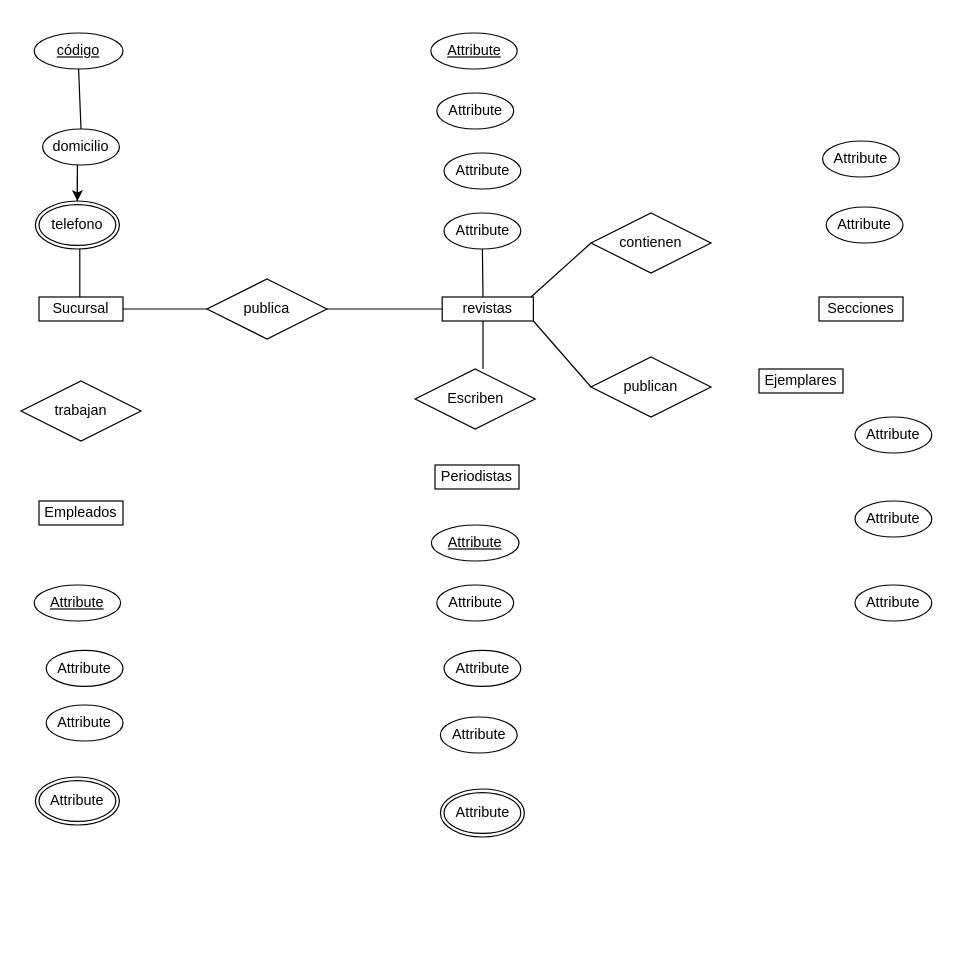
Before: practica1/diagrama_formulario_1.drawio in yomeritacode/cursodesarrolloweb, a draw.io diagram. Source tidied: cells renumbered, new cells numbered last; positions are measured from the earlier drawing's top-left corner, leaving out a move shared by most shapes. Both pictures are drawn from the tidied source at 120%, with x=0, y=0 at pixel (20, 32).
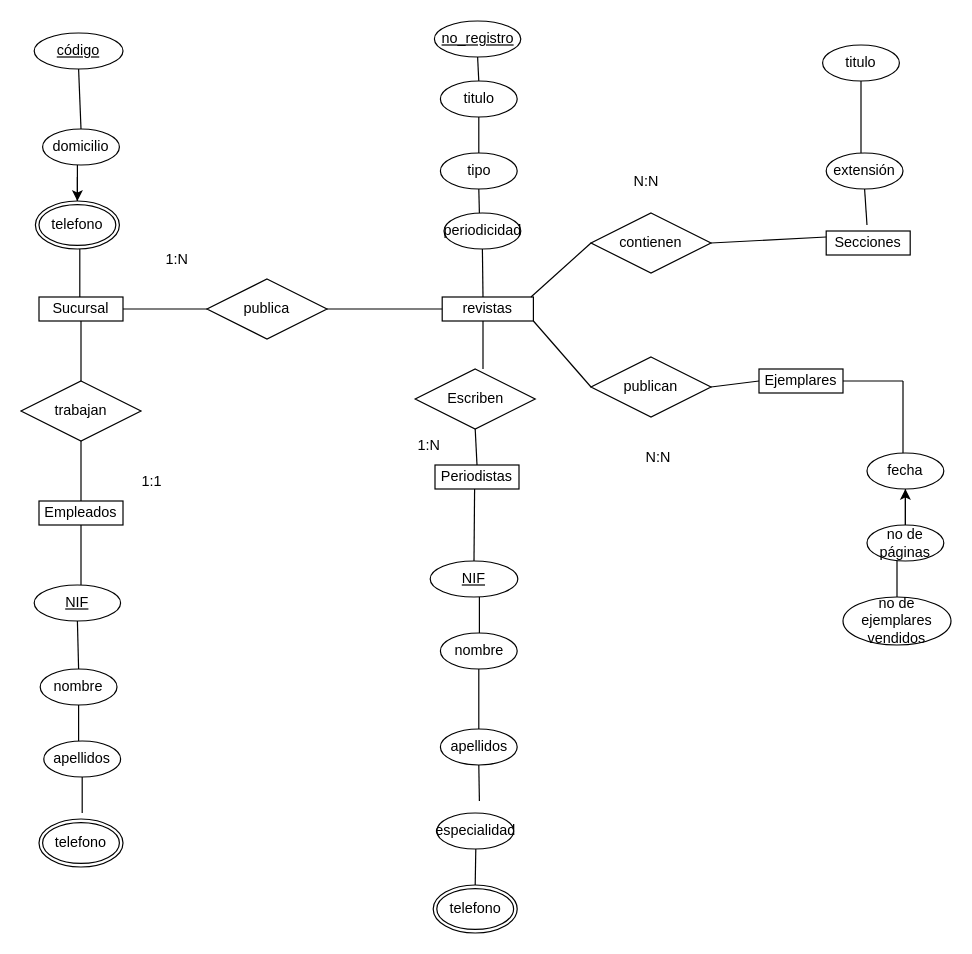
After the change.

The change refers to these unchanged cells:
```xml
<mxCell id="2" value="Sucursal" style="whiteSpace=wrap;html=1;align=center;" parent="1" vertex="1">
  <mxGeometry x="15" y="220" width="70" height="20" as="geometry" />
</mxCell>
<mxCell id="4" value="Ejemplares" style="whiteSpace=wrap;html=1;align=center;" parent="1" vertex="1">
  <mxGeometry x="615" y="280" width="70" height="20" as="geometry" />
</mxCell>
<mxCell id="6" value="Periodistas" style="whiteSpace=wrap;html=1;align=center;" parent="1" vertex="1">
  <mxGeometry x="345" y="360" width="70" height="20" as="geometry" />
</mxCell>
<mxCell id="7" value="Empleados" style="whiteSpace=wrap;html=1;align=center;" parent="1" vertex="1">
  <mxGeometry x="15" y="390" width="70" height="20" as="geometry" />
</mxCell>
<mxCell id="31" value="contienen" style="shape=rhombus;perimeter=rhombusPerimeter;whiteSpace=wrap;html=1;align=center;" parent="1" vertex="1">
  <mxGeometry x="475" y="150" width="100" height="50" as="geometry" />
</mxCell>
<mxCell id="32" value="publican" style="shape=rhombus;perimeter=rhombusPerimeter;whiteSpace=wrap;html=1;align=center;" parent="1" vertex="1">
  <mxGeometry x="475" y="270" width="100" height="50" as="geometry" />
</mxCell>
<mxCell id="33" value="Escriben" style="shape=rhombus;perimeter=rhombusPerimeter;whiteSpace=wrap;html=1;align=center;" parent="1" vertex="1">
  <mxGeometry x="328.5" y="280" width="100" height="50" as="geometry" />
</mxCell>
<mxCell id="34" value="trabajan" style="shape=rhombus;perimeter=rhombusPerimeter;whiteSpace=wrap;html=1;align=center;" parent="1" vertex="1">
  <mxGeometry y="290" width="100" height="50" as="geometry" />
</mxCell>
```

Diff of the diagram source:
```diff
@@
     <mxCell id="5" value="Secciones" style="whiteSpace=wrap;html=1;align=center;" parent="1" vertex="1">
-      <mxGeometry x="665" y="220" width="70" height="20" as="geometry" />
+      <mxGeometry x="671" y="165" width="70" height="20" as="geometry" />
     </mxCell>
@@
-    <mxCell id="8" value="Attribute" style="ellipse;whiteSpace=wrap;html=1;align=center;" parent="1" vertex="1">
-      <mxGeometry x="346.5" y="460" width="64" height="30" as="geometry" />
+    <mxCell id="8" value="nombre" style="ellipse;whiteSpace=wrap;html=1;align=center;" parent="1" vertex="1">
+      <mxGeometry x="349.5" y="500" width="64" height="30" as="geometry" />
     </mxCell>
-    <mxCell id="9" value="Attribute" style="ellipse;whiteSpace=wrap;html=1;align=center;" parent="1" vertex="1">
-      <mxGeometry x="352.5" y="514.5" width="64" height="30" as="geometry" />
+    <mxCell id="9" value="apellidos" style="ellipse;whiteSpace=wrap;html=1;align=center;" parent="1" vertex="1">
+      <mxGeometry x="349.5" y="580" width="64" height="30" as="geometry" />
     </mxCell>
-    <mxCell id="10" value="Attribute" style="ellipse;whiteSpace=wrap;html=1;align=center;" parent="1" vertex="1">
-      <mxGeometry x="349.5" y="570" width="64" height="30" as="geometry" />
+    <mxCell id="10" value="especialidad" style="ellipse;whiteSpace=wrap;html=1;align=center;" parent="1" vertex="1">
+      <mxGeometry x="346.5" y="650" width="64" height="30" as="geometry" />
     </mxCell>
+    <mxCell id="44" style="edgeStyle=orthogonalEdgeStyle;rounded=0;jettySize=auto;html=1;" parent="1" edge="1" source="11" target="13">
+      <mxGeometry relative="1" as="geometry" />
+    </mxCell>
-    <mxCell id="11" value="Attribute" style="ellipse;whiteSpace=wrap;html=1;align=center;" parent="1" vertex="1">
-      <mxGeometry x="695" y="460" width="64" height="30" as="geometry" />
+    <mxCell id="11" value="no de ejemplares vendidos" style="ellipse;whiteSpace=wrap;html=1;align=center;" parent="1" vertex="1">
+      <mxGeometry x="685" y="470" width="90" height="40" as="geometry" />
     </mxCell>
-    <mxCell id="12" value="Attribute" style="ellipse;whiteSpace=wrap;html=1;align=center;" parent="1" vertex="1">
-      <mxGeometry x="695" y="390" width="64" height="30" as="geometry" />
+    <mxCell id="12" value="no de páginas" style="ellipse;whiteSpace=wrap;html=1;align=center;" parent="1" vertex="1">
+      <mxGeometry x="705" y="410" width="64" height="30" as="geometry" />
     </mxCell>
-    <mxCell id="13" value="Attribute" style="ellipse;whiteSpace=wrap;html=1;align=center;" parent="1" vertex="1">
-      <mxGeometry x="695" y="320" width="64" height="30" as="geometry" />
+    <mxCell id="13" value="fecha" style="ellipse;whiteSpace=wrap;html=1;align=center;" parent="1" vertex="1">
+      <mxGeometry x="705" y="350" width="64" height="30" as="geometry" />
     </mxCell>
-    <mxCell id="14" value="Attribute" style="ellipse;whiteSpace=wrap;html=1;align=center;" parent="1" vertex="1">
-      <mxGeometry x="668" y="90" width="64" height="30" as="geometry" />
+    <mxCell id="14" value="titulo" style="ellipse;whiteSpace=wrap;html=1;align=center;" parent="1" vertex="1">
+      <mxGeometry x="668" y="10" width="64" height="30" as="geometry" />
     </mxCell>
-    <mxCell id="15" value="Attribute" style="ellipse;whiteSpace=wrap;html=1;align=center;" parent="1" vertex="1">
-      <mxGeometry x="671" y="145" width="64" height="30" as="geometry" />
+    <mxCell id="15" value="extensión" style="ellipse;whiteSpace=wrap;html=1;align=center;" parent="1" vertex="1">
+      <mxGeometry x="671" y="100" width="64" height="30" as="geometry" />
     </mxCell>
-    <mxCell id="16" value="Attribute" style="ellipse;whiteSpace=wrap;html=1;align=center;" parent="1" vertex="1">
-      <mxGeometry x="346.5" y="50" width="64" height="30" as="geometry" />
+    <mxCell id="16" value="titulo" style="ellipse;whiteSpace=wrap;html=1;align=center;" parent="1" vertex="1">
+      <mxGeometry x="349.5" y="40" width="64" height="30" as="geometry" />
     </mxCell>
-    <mxCell id="17" value="Attribute" style="ellipse;whiteSpace=wrap;html=1;align=center;" parent="1" vertex="1">
-      <mxGeometry x="352.5" y="100" width="64" height="30" as="geometry" />
+    <mxCell id="17" value="tipo" style="ellipse;whiteSpace=wrap;html=1;align=center;" parent="1" vertex="1">
+      <mxGeometry x="349.5" y="100" width="64" height="30" as="geometry" />
     </mxCell>
-    <mxCell id="18" value="Attribute" style="ellipse;whiteSpace=wrap;html=1;align=center;" parent="1" vertex="1">
+    <mxCell id="18" value="periodicidad" style="ellipse;whiteSpace=wrap;html=1;align=center;" parent="1" vertex="1">
       <mxGeometry x="352.5" y="150" width="64" height="30" as="geometry" />
     </mxCell>
@@
-    <mxCell id="20" value="Attribute" style="ellipse;whiteSpace=wrap;html=1;align=center;" parent="1" vertex="1">
-      <mxGeometry x="21" y="514.5" width="64" height="30" as="geometry" />
+    <mxCell id="20" value="nombre" style="ellipse;whiteSpace=wrap;html=1;align=center;" parent="1" vertex="1">
+      <mxGeometry x="16" y="530" width="64" height="30" as="geometry" />
     </mxCell>
-    <mxCell id="21" value="Attribute" style="ellipse;whiteSpace=wrap;html=1;align=center;" parent="1" vertex="1">
-      <mxGeometry x="21" y="560" width="64" height="30" as="geometry" />
+    <mxCell id="21" value="apellidos" style="ellipse;whiteSpace=wrap;html=1;align=center;" parent="1" vertex="1">
+      <mxGeometry x="19" y="590" width="64" height="30" as="geometry" />
     </mxCell>
-    <mxCell id="22" value="Attribute" style="ellipse;whiteSpace=wrap;html=1;align=center;fontStyle=4;" parent="1" vertex="1">
-      <mxGeometry x="342" y="410" width="73" height="30" as="geometry" />
+    <mxCell id="22" value="NIF" style="ellipse;whiteSpace=wrap;html=1;align=center;fontStyle=4;" parent="1" vertex="1">
+      <mxGeometry x="341" y="440" width="73" height="30" as="geometry" />
     </mxCell>
@@
-    <mxCell id="24" value="Attribute" style="ellipse;whiteSpace=wrap;html=1;align=center;fontStyle=4;" parent="1" vertex="1">
+    <mxCell id="24" value="NIF" style="ellipse;whiteSpace=wrap;html=1;align=center;fontStyle=4;" parent="1" vertex="1">
       <mxGeometry x="11" y="460" width="72" height="30" as="geometry" />
     </mxCell>
-    <mxCell id="25" value="Attribute" style="ellipse;whiteSpace=wrap;html=1;align=center;fontStyle=4;" parent="1" vertex="1">
-      <mxGeometry x="341.5" width="72" height="30" as="geometry" />
+    <mxCell id="25" value="no_registro" style="ellipse;whiteSpace=wrap;html=1;align=center;fontStyle=4;" parent="1" vertex="1">
+      <mxGeometry x="344.5" y="-10" width="72" height="30" as="geometry" />
     </mxCell>
-    <mxCell id="26" value="Attribute" style="ellipse;shape=doubleEllipse;margin=3;whiteSpace=wrap;html=1;align=center;" parent="1" vertex="1">
-      <mxGeometry x="349.5" y="630" width="70" height="40" as="geometry" />
+    <mxCell id="26" value="telefono" style="ellipse;shape=doubleEllipse;margin=3;whiteSpace=wrap;html=1;align=center;" parent="1" vertex="1">
+      <mxGeometry x="343.5" y="710" width="70" height="40" as="geometry" />
     </mxCell>
-    <mxCell id="27" value="Attribute" style="ellipse;shape=doubleEllipse;margin=3;whiteSpace=wrap;html=1;align=center;" parent="1" vertex="1">
-      <mxGeometry x="12" y="620" width="70" height="40" as="geometry" />
+    <mxCell id="27" value="telefono" style="ellipse;shape=doubleEllipse;margin=3;whiteSpace=wrap;html=1;align=center;" parent="1" vertex="1">
+      <mxGeometry x="15" y="655" width="70" height="40" as="geometry" />
     </mxCell>
@@
+    <mxCell id="45" style="endArrow=none;html=1;rounded=0;entryX=0;entryY=0.25;entryDx=0;entryDy=0;exitX=1;exitY=0.5;exitDx=0;exitDy=0;" parent="1" edge="1" source="31" target="5">
+      <mxGeometry relative="1" as="geometry" />
+    </mxCell>
+    <mxCell id="46" style="endArrow=none;html=1;rounded=0;entryX=0;entryY=0.5;entryDx=0;entryDy=0;exitX=1;exitY=0.5;exitDx=0;exitDy=0;" parent="1" edge="1" source="32" target="4">
+      <mxGeometry relative="1" as="geometry" />
+    </mxCell>
+    <mxCell id="47" style="endArrow=none;html=1;rounded=0;exitX=0.5;exitY=1;exitDx=0;exitDy=0;" parent="1" edge="1" source="14">
+      <mxGeometry relative="1" as="geometry">
+        <mxPoint x="700" y="100" as="targetPoint" />
+      </mxGeometry>
+    </mxCell>
+    <mxCell id="48" style="endArrow=none;html=1;rounded=0;entryX=1;entryY=0.5;entryDx=0;entryDy=0;" parent="1" edge="1" target="4">
+      <mxGeometry relative="1" as="geometry">
+        <mxPoint x="735" y="290" as="sourcePoint" />
+      </mxGeometry>
+    </mxCell>
+    <mxCell id="49" style="endArrow=none;html=1;rounded=0;" parent="1" edge="1">
+      <mxGeometry relative="1" as="geometry">
+        <mxPoint x="735" y="350" as="sourcePoint" />
+        <mxPoint x="735" y="290" as="targetPoint" />
+      </mxGeometry>
+    </mxCell>
+    <mxCell id="50" style="endArrow=none;html=1;rounded=0;entryX=0.5;entryY=0;entryDx=0;entryDy=0;exitX=0.5;exitY=1;exitDx=0;exitDy=0;" parent="1" edge="1" source="13" target="12">
+      <mxGeometry relative="1" as="geometry" />
+    </mxCell>
+    <mxCell id="51" style="endArrow=none;html=1;rounded=0;entryX=0.5;entryY=1;entryDx=0;entryDy=0;exitX=0.5;exitY=0;exitDx=0;exitDy=0;" parent="1" edge="1" source="6" target="33">
+      <mxGeometry relative="1" as="geometry" />
+    </mxCell>
+    <mxCell id="52" style="endArrow=none;html=1;rounded=0;entryX=0.5;entryY=0;entryDx=0;entryDy=0;" parent="1" edge="1" target="22">
+      <mxGeometry relative="1" as="geometry">
+        <mxPoint x="378" y="380" as="sourcePoint" />
+      </mxGeometry>
+    </mxCell>
+    <mxCell id="53" style="endArrow=none;html=1;rounded=0;entryX=0.5;entryY=0;entryDx=0;entryDy=0;exitX=0.5;exitY=1;exitDx=0;exitDy=0;" parent="1" edge="1" source="8" target="9">
+      <mxGeometry relative="1" as="geometry" />
+    </mxCell>
+    <mxCell id="54" style="endArrow=none;html=1;rounded=0;exitX=0.5;exitY=0;exitDx=0;exitDy=0;" parent="1" edge="1" source="26">
+      <mxGeometry relative="1" as="geometry">
+        <mxPoint x="379" y="680" as="targetPoint" />
+      </mxGeometry>
+    </mxCell>
+    <mxCell id="55" style="endArrow=none;html=1;rounded=0;entryX=0.5;entryY=0;entryDx=0;entryDy=0;exitX=0.5;exitY=1;exitDx=0;exitDy=0;" parent="1" edge="1" source="2" target="34">
+      <mxGeometry relative="1" as="geometry" />
+    </mxCell>
+    <mxCell id="56" style="endArrow=none;html=1;rounded=0;entryX=0.5;entryY=0;entryDx=0;entryDy=0;exitX=0.5;exitY=1;exitDx=0;exitDy=0;" parent="1" edge="1" source="34" target="7">
+      <mxGeometry relative="1" as="geometry" />
+    </mxCell>
+    <mxCell id="57" style="endArrow=none;html=1;rounded=0;exitX=0.5;exitY=1;exitDx=0;exitDy=0;" parent="1" edge="1" source="7">
+      <mxGeometry relative="1" as="geometry">
+        <mxPoint x="50" y="460" as="targetPoint" />
+      </mxGeometry>
+    </mxCell>
+    <mxCell id="58" style="endArrow=none;html=1;rounded=0;entryX=0.5;entryY=0;entryDx=0;entryDy=0;exitX=0.5;exitY=1;exitDx=0;exitDy=0;" parent="1" edge="1" source="24" target="20">
+      <mxGeometry relative="1" as="geometry" />
+    </mxCell>
+    <mxCell id="59" style="endArrow=none;html=1;rounded=0;entryX=0.5;entryY=1;entryDx=0;entryDy=0;" parent="1" edge="1" target="20">
+      <mxGeometry relative="1" as="geometry">
+        <mxPoint x="48" y="590" as="sourcePoint" />
+      </mxGeometry>
+    </mxCell>
+    <mxCell id="60" style="endArrow=none;html=1;rounded=0;entryX=0.5;entryY=1;entryDx=0;entryDy=0;" parent="1" edge="1" target="21">
+      <mxGeometry relative="1" as="geometry">
+        <mxPoint x="51" y="650" as="sourcePoint" />
+      </mxGeometry>
+    </mxCell>
+    <mxCell id="61" style="endArrow=none;html=1;rounded=0;entryX=0.5;entryY=1;entryDx=0;entryDy=0;" parent="1" edge="1" target="17">
+      <mxGeometry relative="1" as="geometry">
+        <mxPoint x="382" y="150" as="sourcePoint" />
+      </mxGeometry>
+    </mxCell>
+    <mxCell id="62" style="endArrow=none;html=1;rounded=0;entryX=0.5;entryY=1;entryDx=0;entryDy=0;exitX=0.5;exitY=0;exitDx=0;exitDy=0;" parent="1" edge="1" source="17" target="16">
+      <mxGeometry relative="1" as="geometry" />
+    </mxCell>
+    <mxCell id="63" style="endArrow=none;html=1;rounded=0;exitX=0.5;exitY=0;exitDx=0;exitDy=0;entryX=0.5;entryY=1;entryDx=0;entryDy=0;" parent="1" edge="1" source="16" target="25">
+      <mxGeometry relative="1" as="geometry" />
+    </mxCell>
+    <mxCell id="64" style="endArrow=none;html=1;rounded=0;" parent="1" edge="1">
+      <mxGeometry relative="1" as="geometry">
+        <mxPoint x="382" y="500" as="sourcePoint" />
+        <mxPoint x="382" y="470" as="targetPoint" />
+      </mxGeometry>
+    </mxCell>
+    <mxCell id="65" style="endArrow=none;html=1;rounded=0;exitX=0.5;exitY=1;exitDx=0;exitDy=0;" parent="1" edge="1" source="9">
+      <mxGeometry relative="1" as="geometry">
+        <mxPoint x="382" y="640" as="targetPoint" />
+      </mxGeometry>
+    </mxCell>
+    <mxCell id="66" style="endArrow=none;html=1;rounded=0;entryX=0.5;entryY=1;entryDx=0;entryDy=0;" parent="1" edge="1" target="15">
+      <mxGeometry relative="1" as="geometry">
+        <mxPoint x="705" y="160" as="sourcePoint" />
+      </mxGeometry>
+    </mxCell>
+    <mxCell id="67" value="1:N" style="text;strokeColor=none;fillColor=none;spacingLeft=4;spacingRight=4;overflow=hidden;fontSize=12;" parent="1" vertex="1">
+      <mxGeometry x="115" y="175" width="40" height="30" as="geometry" />
+    </mxCell>
+    <mxCell id="68" value="N:N" style="text;strokeColor=none;fillColor=none;spacingLeft=4;spacingRight=4;overflow=hidden;fontSize=12;" parent="1" vertex="1">
+      <mxGeometry x="505" y="110" width="40" height="30" as="geometry" />
+    </mxCell>
+    <mxCell id="69" value="N:N" style="text;strokeColor=none;fillColor=none;spacingLeft=4;spacingRight=4;overflow=hidden;fontSize=12;" parent="1" vertex="1">
+      <mxGeometry x="515" y="340" width="40" height="30" as="geometry" />
+    </mxCell>
+    <mxCell id="70" value="1:N" style="text;strokeColor=none;fillColor=none;spacingLeft=4;spacingRight=4;overflow=hidden;fontSize=12;" parent="1" vertex="1">
+      <mxGeometry x="325" y="330" width="40" height="30" as="geometry" />
+    </mxCell>
+    <mxCell id="71" value="1:1" style="text;strokeColor=none;fillColor=none;spacingLeft=4;spacingRight=4;overflow=hidden;fontSize=12;" parent="1" vertex="1">
+      <mxGeometry x="95" y="360" width="40" height="30" as="geometry" />
+    </mxCell>
```
